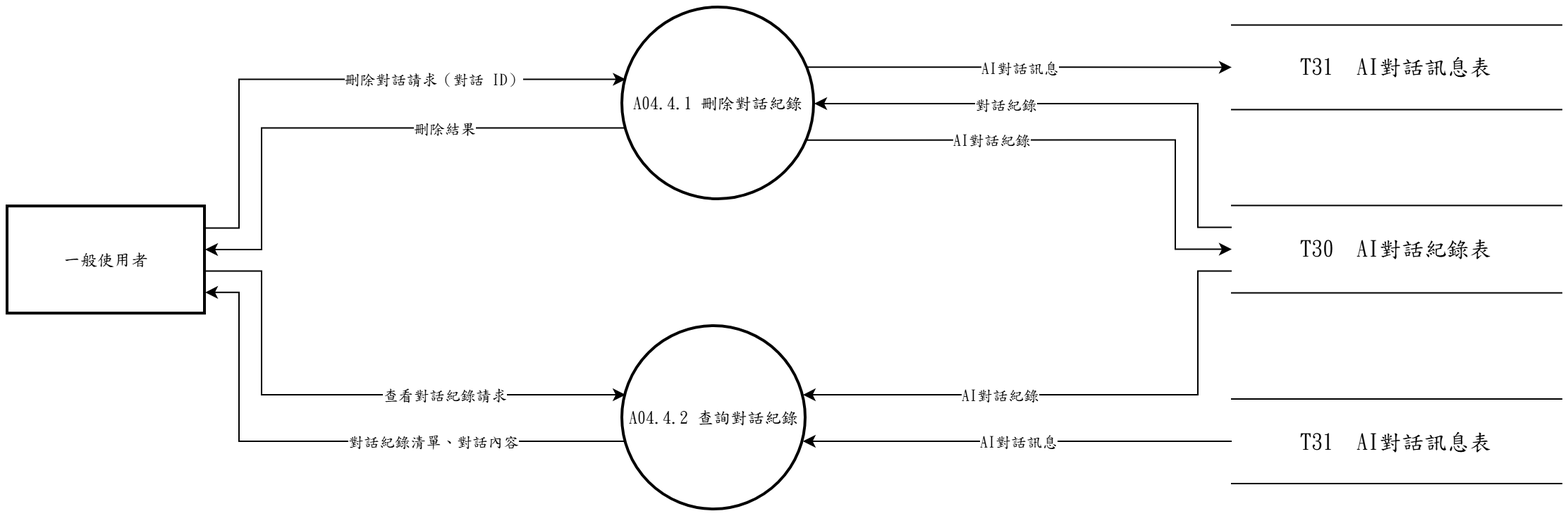
Before: 系統文件/第6章/DFD圖/圖4/新/圖4-4.drawio.png, a diagram exported from draw.io (s22452007/115502). Source tidied: cells renumbered, new cells last; positions are measured from the earlier drawing's top-left corner, leaving out a move shared by most shapes.
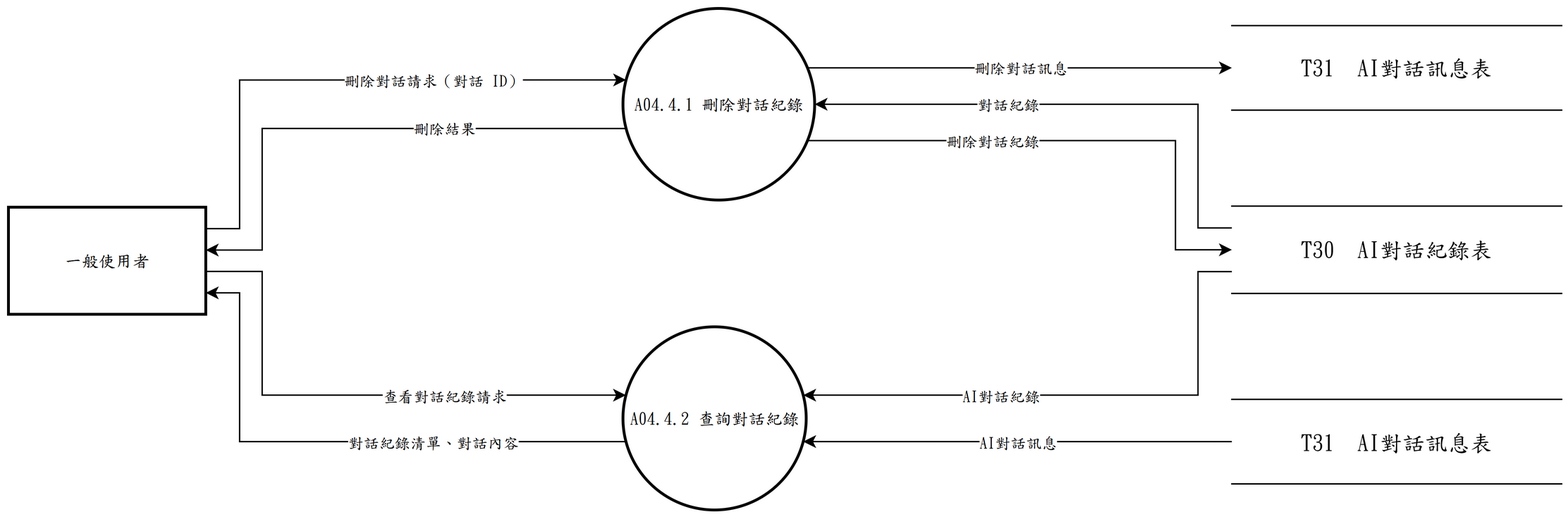
After the commit.

What changed in the source:
```diff
@@ -61,13 +61,13 @@
         </Array>
       </mxGeometry>
     </mxCell>
-    <mxCell id="15" value="AI對話紀錄" style="edgeLabel;html=1;align=center;verticalAlign=middle;fontFamily=標楷體;" parent="14" vertex="1">
+    <mxCell id="15" value="刪除對話紀錄" style="edgeLabel;html=1;align=center;verticalAlign=middle;fontFamily=標楷體;" parent="14" vertex="1">
       <mxGeometry x="-0.31" relative="1" as="geometry" />
     </mxCell>
     <mxCell id="16" style="edgeStyle=none;rounded=0;html=1;fontFamily=標楷體;endArrow=classic;exitX=0.9625;exitY=0.3100;exitDx=0;exitDy=0;exitPerimeter=0;entryX=0.0000;entryY=0.5000;entryDx=0;entryDy=0;entryPerimeter=0;" parent="1" edge="1" source="2" target="5">
       <mxGeometry relative="1" as="geometry" />
     </mxCell>
-    <mxCell id="17" value="AI對話訊息" style="edgeLabel;html=1;align=center;verticalAlign=middle;fontFamily=標楷體;" parent="16" vertex="1">
+    <mxCell id="17" value="刪除對話訊息" style="edgeLabel;html=1;align=center;verticalAlign=middle;fontFamily=標楷體;" parent="16" vertex="1">
       <mxGeometry relative="1" as="geometry" />
     </mxCell>
     <mxCell id="18" style="edgeStyle=none;rounded=0;html=1;fontFamily=標楷體;endArrow=classic;exitX=1.0000;exitY=0.6000;exitDx=0;exitDy=0;exitPerimeter=0;entryX=0.0163;entryY=0.3733;entryDx=0;entryDy=0;entryPerimeter=0;" parent="1" edge="1" source="4" target="3">
```
